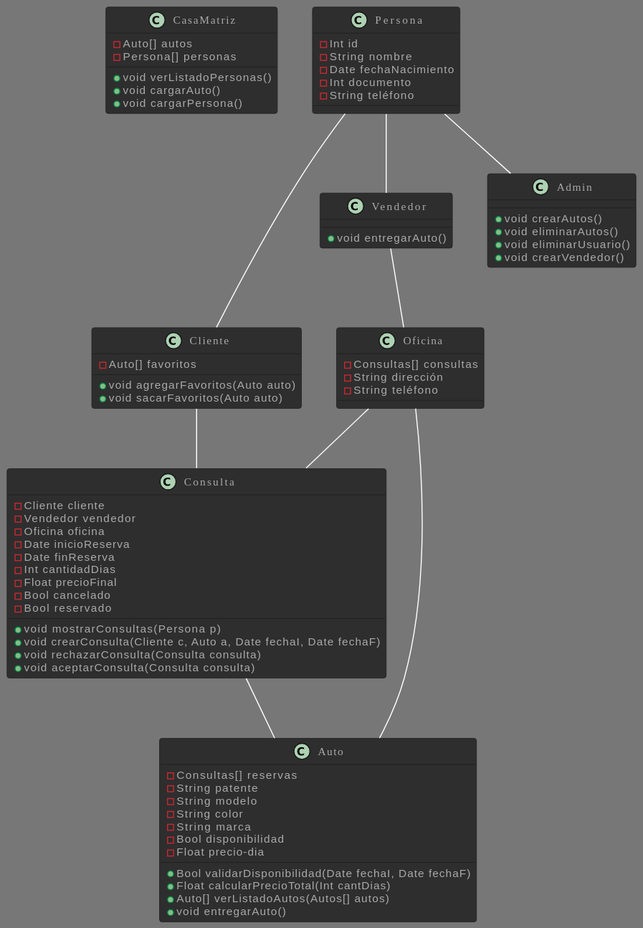
This is docs/diagram.svg from FrancoSpinelli/primer-parcial-grupo-10-programacion-ii-2024, a PlantUML export, as it was before one commit. Source of this version:
```plantuml
@startuml
!theme reddress-darkorange

class CasaMatriz {
  -Auto[] autos
  -Persona[] personas

  +void verListadoPersonas()
  +void cargarAuto()
  +void cargarPersona()
}


class Persona{
  -Int id
  -String nombre
  -Date fechaNacimiento
  -Int documento
  -String teléfono
}

class Cliente{
  -Auto[] favoritos

  +void agregarFavoritos(Auto auto)
  +void sacarFavoritos(Auto auto)
}


class Vendedor{
  +void entregarAuto()
}

class Admin{
  +void crearAutos()
  +void eliminarAutos()
  +void eliminarUsuario()
  +void crearVendedor()
}

class Auto{
  -Consultas[] reservas
  -String patente
  -String modelo
  -String color
  -String marca
  -Bool disponibilidad
  -Float precio-dia

  +Bool validarDisponibilidad(Date fechaI, Date fechaF)
  +Float calcularPrecioTotal(Int cantDias)
  +Auto[] verListadoAutos(Autos[] autos)
  +void entregarAuto()
}

class Consulta {
  -Cliente cliente
  -Vendedor vendedor
  -Oficina oficina
  -Date inicioReserva
  -Date finReserva
  -Int cantidadDias
  -Float precioFinal
  -Bool cancelado
  -Bool reservado

  +void mostrarConsultas(Persona p)
  +void crearConsulta(Cliente c, Auto a, Date fechaI, Date fechaF)
  +void rechazarConsulta(Consulta consulta)
  +void aceptarConsulta(Consulta consulta)
}

class Oficina {
  -Consultas[] consultas
  -String dirección
  -String teléfono
}


Persona -- Vendedor
Persona -- Cliente
Persona -- Admin
Cliente -- Consulta
Oficina -- Consulta
Oficina -- Auto
Vendedor -- Oficina
Consulta -- Auto
@enduml
```
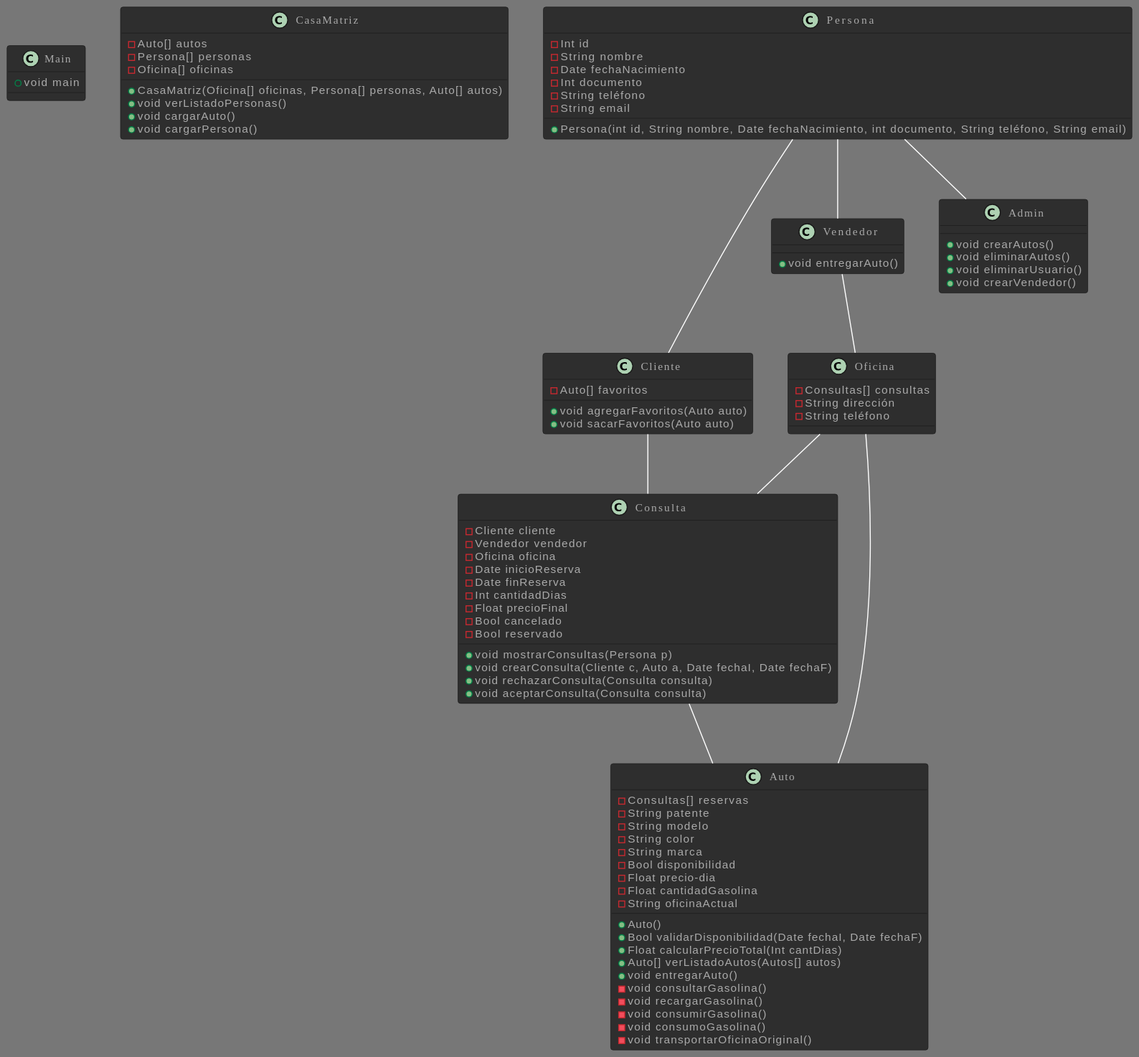
After the commit.

Commit message:
diagrama uml, cambios menores

Diff of the diagram source:
```diff
@@ -1,10 +1,16 @@
 @startuml
 !theme reddress-darkorange
+
+class Main{
+  +void main
+}
 
 class CasaMatriz {
   -Auto[] autos
   -Persona[] personas
+  -Oficina[] oficinas
 
+  +CasaMatriz(Oficina[] oficinas, Persona[] personas, Auto[] autos)
   +void verListadoPersonas()
   +void cargarAuto()
   +void cargarPersona()
@@ -17,6 +23,9 @@
   -Date fechaNacimiento
   -Int documento
   -String teléfono
+  -String email
+
+  +Persona(int id, String nombre, Date fechaNacimiento, int documento, String teléfono, String email)
 }
 
 class Cliente{
@@ -46,11 +55,19 @@
   -String marca
   -Bool disponibilidad
   -Float precio-dia
+  -Float cantidadGasolina
+  -String oficinaActual
 
+  +Auto()
   +Bool validarDisponibilidad(Date fechaI, Date fechaF)
   +Float calcularPrecioTotal(Int cantDias)
   +Auto[] verListadoAutos(Autos[] autos)
   +void entregarAuto()
+  -void consultarGasolina()
+  -void recargarGasolina()
+  -void consumirGasolina()
+  -void consumoGasolina()
+  -void transportarOficinaOriginal()
 }
 
 class Consulta {
```
